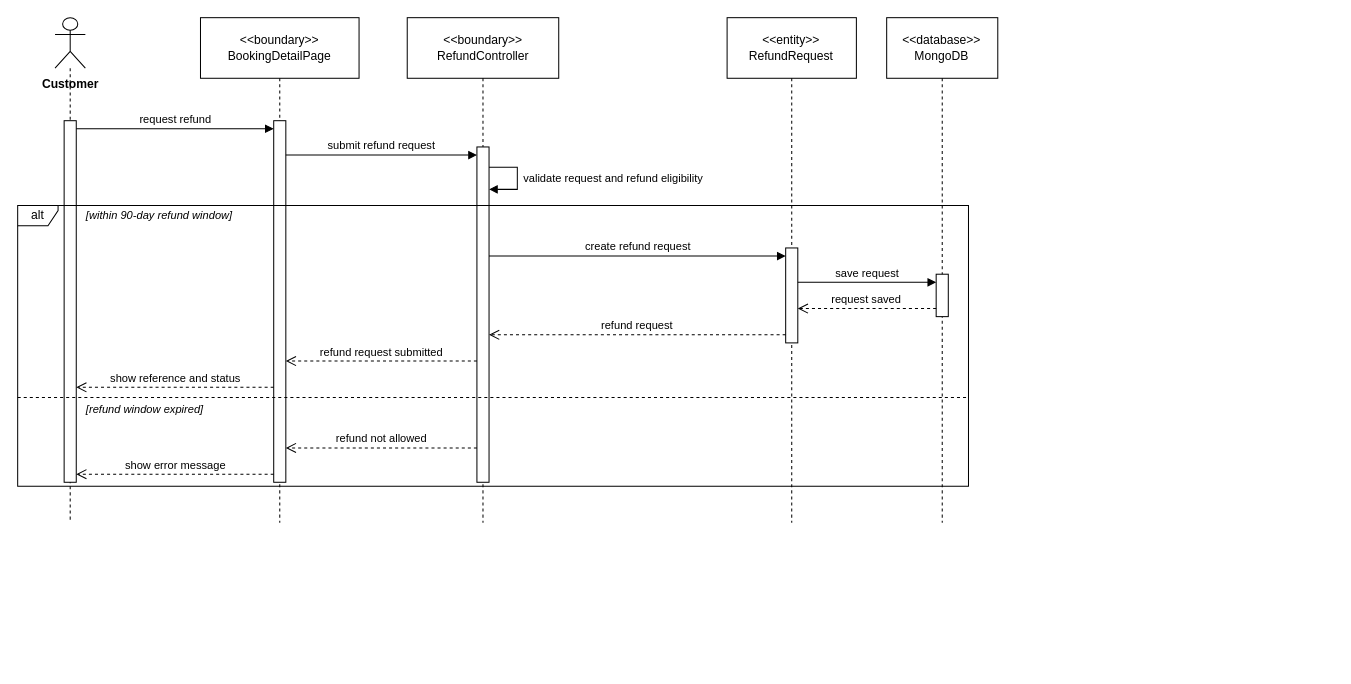
Earlier version of the draw.io diagram final/diagrams/M4_Billing-And-Payment_Diagrams/sequence_diagrams/SD-15_UC-C17_RequestRefund.drawio (toikobi401/SWD392). Source tidied: cells renumbered, new cells numbered last; positions are measured from the earlier drawing's top-left corner, leaving out a move shared by most shapes. Both pictures are drawn from the tidied source at 101%, with x=0, y=0 at pixel (17, 17).
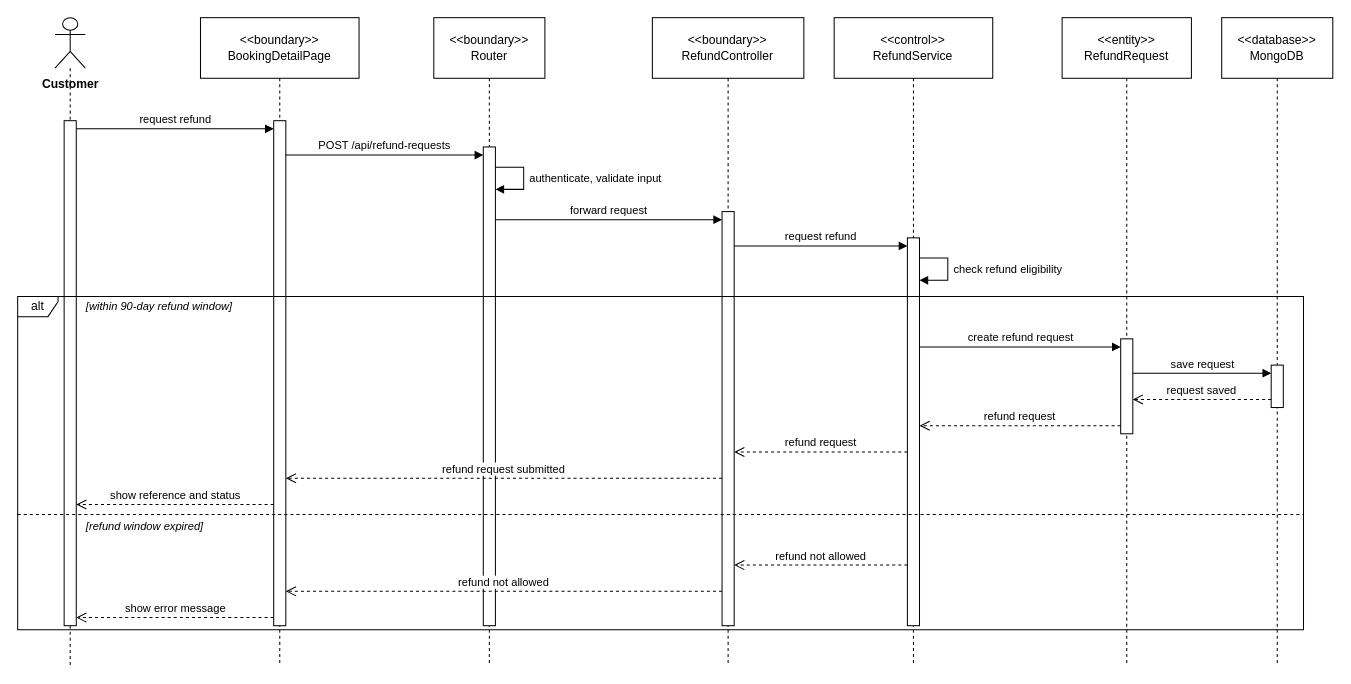
Above is the later version.

What changed in the source:
```diff
@@
     <mxCell id="2" value="Customer" style="shape=umlLifeline;participant=umlActor;perimeter=lifelinePerimeter;whiteSpace=nowrap;html=1;verticalAlign=top;spacingTop=52;size=50;fontStyle=1;" parent="1" vertex="1">
-      <mxGeometry x="37" width="30" height="500" as="geometry" />
+      <mxGeometry x="37" width="30" height="642" as="geometry" />
     </mxCell>
     <mxCell id="3" value="&amp;lt;&amp;lt;boundary&amp;gt;&amp;gt;&lt;br&gt;BookingDetailPage" style="shape=umlLifeline;perimeter=lifelinePerimeter;whiteSpace=wrap;html=1;size=60;" parent="1" vertex="1">
-      <mxGeometry x="181" width="157" height="500" as="geometry" />
+      <mxGeometry x="181" width="157" height="642" as="geometry" />
     </mxCell>
+    <mxCell id="27" value="&amp;lt;&amp;lt;boundary&amp;gt;&amp;gt;&lt;br&gt;Router" style="shape=umlLifeline;perimeter=lifelinePerimeter;whiteSpace=wrap;html=1;size=60;" parent="1" vertex="1">
+      <mxGeometry x="412" width="110" height="642" as="geometry" />
+    </mxCell>
     <mxCell id="4" value="&amp;lt;&amp;lt;boundary&amp;gt;&amp;gt;&lt;br&gt;RefundController" style="shape=umlLifeline;perimeter=lifelinePerimeter;whiteSpace=wrap;html=1;size=60;" parent="1" vertex="1">
-      <mxGeometry x="385.7" width="150" height="500" as="geometry" />
+      <mxGeometry x="628.4" width="150" height="642" as="geometry" />
     </mxCell>
+    <mxCell id="28" value="&amp;lt;&amp;lt;control&amp;gt;&amp;gt;&lt;br&gt;RefundService" style="shape=umlLifeline;perimeter=lifelinePerimeter;whiteSpace=wrap;html=1;size=60;" parent="1" vertex="1">
+      <mxGeometry x="808.4" width="157" height="642" as="geometry" />
+    </mxCell>
     <mxCell id="5" value="&amp;lt;&amp;lt;entity&amp;gt;&amp;gt;&lt;br&gt;RefundRequest" style="shape=umlLifeline;perimeter=lifelinePerimeter;whiteSpace=wrap;html=1;size=60;" parent="1" vertex="1">
-      <mxGeometry x="702.4" width="128" height="500" as="geometry" />
+      <mxGeometry x="1034.1" width="128" height="642" as="geometry" />
     </mxCell>
     <mxCell id="6" value="&amp;lt;&amp;lt;database&amp;gt;&amp;gt;&lt;br&gt;MongoDB" style="shape=umlLifeline;perimeter=lifelinePerimeter;whiteSpace=wrap;html=1;size=60;" parent="1" vertex="1">
-      <mxGeometry x="860.4" width="110" height="500" as="geometry" />
+      <mxGeometry x="1192.1" width="110" height="642" as="geometry" />
     </mxCell>
     <mxCell id="7" style="html=1;points=[];perimeter=orthogonalPerimeter;outlineConnect=0;targetShapes=umlLifeline;portConstraint=eastwest;" parent="6" vertex="1">
-      <mxGeometry x="49" y="254" width="12" height="42" as="geometry" />
+      <mxGeometry x="49" y="344" width="12" height="42" as="geometry" />
     </mxCell>
     <mxCell id="8" style="html=1;points=[];perimeter=orthogonalPerimeter;outlineConnect=0;targetShapes=umlLifeline;portConstraint=eastwest;" parent="5" vertex="1">
-      <mxGeometry x="58" y="228" width="12" height="94" as="geometry" />
+      <mxGeometry x="58" y="318" width="12" height="94" as="geometry" />
     </mxCell>
-    <mxCell id="9" style="html=1;points=[];perimeter=orthogonalPerimeter;outlineConnect=0;targetShapes=umlLifeline;portConstraint=eastwest;" parent="4" vertex="1">
-      <mxGeometry x="69" y="128" width="12" height="332" as="geometry" />
-    </mxCell>
-    <mxCell id="10" style="html=1;points=[];perimeter=orthogonalPerimeter;outlineConnect=0;targetShapes=umlLifeline;portConstraint=eastwest;" parent="3" vertex="1">
-      <mxGeometry x="72.5" y="102" width="12" height="358" as="geometry" />
-    </mxCell>
-    <mxCell id="11" style="html=1;points=[];perimeter=orthogonalPerimeter;outlineConnect=0;targetShapes=umlLifeline;portConstraint=eastwest;" parent="2" vertex="1">
-      <mxGeometry x="9" y="102" width="12" height="358" as="geometry" />
-    </mxCell>
+    <mxCell id="29" style="html=1;points=[];perimeter=orthogonalPerimeter;outlineConnect=0;targetShapes=umlLifeline;portConstraint=eastwest;" parent="28" vertex="1">
+      <mxGeometry x="72.5" y="218" width="12" height="384" as="geometry" />
+    </mxCell>
+    <mxCell id="30" style="html=1;points=[];perimeter=orthogonalPerimeter;outlineConnect=0;targetShapes=umlLifeline;portConstraint=eastwest;" parent="4" vertex="1">
+      <mxGeometry x="69" y="192" width="12" height="410" as="geometry" />
+    </mxCell>
+    <mxCell id="31" style="html=1;points=[];perimeter=orthogonalPerimeter;outlineConnect=0;targetShapes=umlLifeline;portConstraint=eastwest;" parent="27" vertex="1">
+      <mxGeometry x="49" y="128" width="12" height="474" as="geometry" />
+    </mxCell>
+    <mxCell id="32" style="html=1;points=[];perimeter=orthogonalPerimeter;outlineConnect=0;targetShapes=umlLifeline;portConstraint=eastwest;" parent="3" vertex="1">
+      <mxGeometry x="72.5" y="102" width="12" height="500" as="geometry" />
+    </mxCell>
+    <mxCell id="33" style="html=1;points=[];perimeter=orthogonalPerimeter;outlineConnect=0;targetShapes=umlLifeline;portConstraint=eastwest;" parent="2" vertex="1">
+      <mxGeometry x="9" y="102" width="12" height="500" as="geometry" />
+    </mxCell>
     <mxCell id="12" value="alt" style="shape=umlFrame;whiteSpace=wrap;html=1;width=40;height=20;" parent="1" vertex="1">
-      <mxGeometry y="186" width="941.4" height="278" as="geometry" />
+      <mxGeometry y="276" width="1273.1" height="330" as="geometry" />
     </mxCell>
     <mxCell id="13" style="endArrow=none;dashed=1;html=1;rounded=0;" parent="1" edge="1">
       <mxGeometry relative="1" as="geometry">
-        <mxPoint y="376" as="sourcePoint" />
-        <mxPoint x="941.4" y="376" as="targetPoint" />
+        <mxPoint y="492" as="sourcePoint" />
+        <mxPoint x="1273.1" y="492" as="targetPoint" />
       </mxGeometry>
     </mxCell>
     <mxCell id="14" value="[within 90-day refund window]" style="text;html=1;align=left;verticalAlign=middle;whiteSpace=nowrap;fontSize=11;fontStyle=2;labelBackgroundColor=#ffffff;" parent="1" vertex="1">
-      <mxGeometry x="66" y="186" width="182.1" height="20" as="geometry" />
+      <mxGeometry x="66" y="276" width="182.1" height="20" as="geometry" />
     </mxCell>
     <mxCell id="15" value="[refund window expired]" style="text;html=1;align=left;verticalAlign=middle;whiteSpace=nowrap;fontSize=11;fontStyle=2;labelBackgroundColor=#ffffff;" parent="1" vertex="1">
-      <mxGeometry x="66" y="378" width="144.3" height="20" as="geometry" />
+      <mxGeometry x="66" y="494" width="144.3" height="20" as="geometry" />
     </mxCell>
-    <mxCell id="16" value="request refund" style="html=1;verticalAlign=bottom;rounded=0;fontSize=11;endArrow=block;endFill=1;exitX=1;exitY=0.0223;exitDx=0;exitDy=0;exitPerimeter=0;entryX=0;entryY=0.0223;entryDx=0;entryDy=0;entryPerimeter=0;" parent="1" edge="1" source="11" target="10">
+    <mxCell id="16" value="request refund" style="html=1;verticalAlign=bottom;rounded=0;fontSize=11;endArrow=block;endFill=1;exitX=1;exitY=0.016;exitDx=0;exitDy=0;exitPerimeter=0;entryX=0;entryY=0.016;entryDx=0;entryDy=0;entryPerimeter=0;" parent="1" edge="1" source="33" target="32">
       <mxGeometry relative="1" as="geometry" />
     </mxCell>
-    <mxCell id="17" value="submit refund request" style="html=1;verticalAlign=bottom;rounded=0;fontSize=11;endArrow=block;endFill=1;exitX=1;exitY=0.095;exitDx=0;exitDy=0;exitPerimeter=0;entryX=0;entryY=0.0241;entryDx=0;entryDy=0;entryPerimeter=0;" parent="1" edge="1" source="10" target="9">
+    <mxCell id="17" value="POST /api/refund-requests" style="html=1;verticalAlign=bottom;rounded=0;fontSize=11;endArrow=block;endFill=1;exitX=1;exitY=0.068;exitDx=0;exitDy=0;exitPerimeter=0;entryX=0;entryY=0.0169;entryDx=0;entryDy=0;entryPerimeter=0;" parent="1" edge="1" source="32" target="31">
       <mxGeometry relative="1" as="geometry" />
     </mxCell>
-    <mxCell id="18" value="validate request and refund eligibility" style="html=1;align=left;spacingLeft=4;verticalAlign=middle;endArrow=block;endFill=1;rounded=0;fontSize=11;exitX=1;exitY=0.0602;exitDx=0;exitDy=0;exitPerimeter=0;entryX=1;entryY=0.1265;entryDx=0;entryDy=0;entryPerimeter=0;" parent="1" edge="1" source="9" target="9">
+    <mxCell id="18" value="authenticate, validate input" style="html=1;align=left;spacingLeft=4;verticalAlign=middle;endArrow=block;endFill=1;rounded=0;fontSize=11;exitX=1;exitY=0.0422;exitDx=0;exitDy=0;exitPerimeter=0;entryX=1;entryY=0.0886;entryDx=0;entryDy=0;entryPerimeter=0;" parent="1" edge="1" source="31" target="31">
       <mxGeometry relative="1" as="geometry">
         <Array as="points">
-          <mxPoint x="494.7" y="148" />
-          <mxPoint x="494.7" y="170" />
+          <mxPoint x="501" y="148" />
+          <mxPoint x="501" y="170" />
         </Array>
       </mxGeometry>
     </mxCell>
-    <mxCell id="19" value="create refund request" style="html=1;verticalAlign=bottom;rounded=0;fontSize=11;endArrow=block;endFill=1;exitX=1;exitY=0.3253;exitDx=0;exitDy=0;exitPerimeter=0;entryX=0;entryY=0.0851;entryDx=0;entryDy=0;entryPerimeter=0;" parent="1" edge="1" source="9" target="8">
+    <mxCell id="19" value="forward request" style="html=1;verticalAlign=bottom;rounded=0;fontSize=11;endArrow=block;endFill=1;exitX=1;exitY=0.1519;exitDx=0;exitDy=0;exitPerimeter=0;entryX=0;entryY=0.0195;entryDx=0;entryDy=0;entryPerimeter=0;" parent="1" edge="1" source="31" target="30">
       <mxGeometry relative="1" as="geometry" />
     </mxCell>
-    <mxCell id="20" value="save request" style="html=1;verticalAlign=bottom;rounded=0;fontSize=11;endArrow=block;endFill=1;exitX=1;exitY=0.3617;exitDx=0;exitDy=0;exitPerimeter=0;entryX=0;entryY=0.1905;entryDx=0;entryDy=0;entryPerimeter=0;" parent="1" edge="1" source="8" target="7">
+    <mxCell id="20" value="request refund" style="html=1;verticalAlign=bottom;rounded=0;fontSize=11;endArrow=block;endFill=1;exitX=1;exitY=0.0829;exitDx=0;exitDy=0;exitPerimeter=0;entryX=0;entryY=0.0208;entryDx=0;entryDy=0;entryPerimeter=0;" parent="1" edge="1" source="30" target="29">
       <mxGeometry relative="1" as="geometry" />
     </mxCell>
-    <mxCell id="21" value="request saved" style="html=1;verticalAlign=bottom;rounded=0;fontSize=11;dashed=1;endArrow=open;endSize=8;exitX=0;exitY=0.8095;exitDx=0;exitDy=0;exitPerimeter=0;entryX=1;entryY=0.6383;entryDx=0;entryDy=0;entryPerimeter=0;" parent="1" edge="1" source="7" target="8">
-      <mxGeometry relative="1" as="geometry" />
+    <mxCell id="21" value="check refund eligibility" style="html=1;align=left;spacingLeft=4;verticalAlign=middle;endArrow=block;endFill=1;rounded=0;fontSize=11;exitX=1;exitY=0.0521;exitDx=0;exitDy=0;exitPerimeter=0;entryX=1;entryY=0.1094;entryDx=0;entryDy=0;entryPerimeter=0;" parent="1" edge="1" source="29" target="29">
+      <mxGeometry relative="1" as="geometry">
+        <Array as="points">
+          <mxPoint x="920.9" y="238" />
+          <mxPoint x="920.9" y="260" />
+        </Array>
+      </mxGeometry>
     </mxCell>
-    <mxCell id="22" value="refund request" style="html=1;verticalAlign=bottom;rounded=0;fontSize=11;dashed=1;endArrow=open;endSize=8;exitX=0;exitY=0.9149;exitDx=0;exitDy=0;exitPerimeter=0;entryX=1;entryY=0.5602;entryDx=0;entryDy=0;entryPerimeter=0;" parent="1" edge="1" source="8" target="9">
+    <mxCell id="22" value="create refund request" style="html=1;verticalAlign=bottom;rounded=0;fontSize=11;endArrow=block;endFill=1;exitX=1;exitY=0.2813;exitDx=0;exitDy=0;exitPerimeter=0;entryX=0;entryY=0.0851;entryDx=0;entryDy=0;entryPerimeter=0;" parent="1" edge="1" source="29" target="8">
       <mxGeometry relative="1" as="geometry" />
     </mxCell>
-    <mxCell id="23" value="refund request submitted" style="html=1;verticalAlign=bottom;rounded=0;fontSize=11;dashed=1;endArrow=open;endSize=8;exitX=0;exitY=0.6386;exitDx=0;exitDy=0;exitPerimeter=0;entryX=1;entryY=0.6648;entryDx=0;entryDy=0;entryPerimeter=0;" parent="1" edge="1" source="9" target="10">
+    <mxCell id="23" value="save request" style="html=1;verticalAlign=bottom;rounded=0;fontSize=11;endArrow=block;endFill=1;exitX=1;exitY=0.3617;exitDx=0;exitDy=0;exitPerimeter=0;entryX=0;entryY=0.1905;entryDx=0;entryDy=0;entryPerimeter=0;" parent="1" edge="1" source="8" target="7">
       <mxGeometry relative="1" as="geometry" />
     </mxCell>
-    <mxCell id="24" value="show reference and status" style="html=1;verticalAlign=bottom;rounded=0;fontSize=11;dashed=1;endArrow=open;endSize=8;exitX=0;exitY=0.7374;exitDx=0;exitDy=0;exitPerimeter=0;entryX=1;entryY=0.7374;entryDx=0;entryDy=0;entryPerimeter=0;" parent="1" edge="1" source="10" target="11">
+    <mxCell id="24" value="request saved" style="html=1;verticalAlign=bottom;rounded=0;fontSize=11;dashed=1;endArrow=open;endSize=8;exitX=0;exitY=0.8095;exitDx=0;exitDy=0;exitPerimeter=0;entryX=1;entryY=0.6383;entryDx=0;entryDy=0;entryPerimeter=0;" parent="1" edge="1" source="7" target="8">
       <mxGeometry relative="1" as="geometry" />
     </mxCell>
-    <mxCell id="25" value="refund not allowed" style="html=1;verticalAlign=bottom;rounded=0;fontSize=11;dashed=1;endArrow=open;endSize=8;exitX=0;exitY=0.8976;exitDx=0;exitDy=0;exitPerimeter=0;entryX=1;entryY=0.905;entryDx=0;entryDy=0;entryPerimeter=0;" parent="1" edge="1" source="9" target="10">
+    <mxCell id="25" value="refund request" style="html=1;verticalAlign=bottom;rounded=0;fontSize=11;dashed=1;endArrow=open;endSize=8;exitX=0;exitY=0.9149;exitDx=0;exitDy=0;exitPerimeter=0;entryX=1;entryY=0.4844;entryDx=0;entryDy=0;entryPerimeter=0;" parent="1" edge="1" source="8" target="29">
       <mxGeometry relative="1" as="geometry" />
     </mxCell>
-    <mxCell id="26" value="show error message" style="html=1;verticalAlign=bottom;rounded=0;fontSize=11;dashed=1;endArrow=open;endSize=8;exitX=0;exitY=0.9777;exitDx=0;exitDy=0;exitPerimeter=0;entryX=1;entryY=0.9777;entryDx=0;entryDy=0;entryPerimeter=0;" parent="1" edge="1" source="10" target="11">
+    <mxCell id="26" value="refund request" style="html=1;verticalAlign=bottom;rounded=0;fontSize=11;dashed=1;endArrow=open;endSize=8;exitX=0;exitY=0.5521;exitDx=0;exitDy=0;exitPerimeter=0;entryX=1;entryY=0.5805;entryDx=0;entryDy=0;entryPerimeter=0;" parent="1" edge="1" source="29" target="30">
       <mxGeometry relative="1" as="geometry" />
     </mxCell>
+    <mxCell id="34" value="refund request submitted" style="html=1;verticalAlign=bottom;rounded=0;fontSize=11;dashed=1;endArrow=open;endSize=8;exitX=0;exitY=0.6439;exitDx=0;exitDy=0;exitPerimeter=0;entryX=1;entryY=0.708;entryDx=0;entryDy=0;entryPerimeter=0;" parent="1" edge="1" source="30" target="32">
+      <mxGeometry relative="1" as="geometry" />
+    </mxCell>
+    <mxCell id="35" value="show reference and status" style="html=1;verticalAlign=bottom;rounded=0;fontSize=11;dashed=1;endArrow=open;endSize=8;exitX=0;exitY=0.76;exitDx=0;exitDy=0;exitPerimeter=0;entryX=1;entryY=0.76;entryDx=0;entryDy=0;entryPerimeter=0;" parent="1" edge="1" source="32" target="33">
+      <mxGeometry relative="1" as="geometry" />
+    </mxCell>
+    <mxCell id="36" value="refund not allowed" style="html=1;verticalAlign=bottom;rounded=0;fontSize=11;dashed=1;endArrow=open;endSize=8;exitX=0;exitY=0.8438;exitDx=0;exitDy=0;exitPerimeter=0;entryX=1;entryY=0.8537;entryDx=0;entryDy=0;entryPerimeter=0;" parent="1" edge="1" source="29" target="30">
+      <mxGeometry relative="1" as="geometry" />
+    </mxCell>
+    <mxCell id="37" value="refund not allowed" style="html=1;verticalAlign=bottom;rounded=0;fontSize=11;dashed=1;endArrow=open;endSize=8;exitX=0;exitY=0.9171;exitDx=0;exitDy=0;exitPerimeter=0;entryX=1;entryY=0.932;entryDx=0;entryDy=0;entryPerimeter=0;" parent="1" edge="1" source="30" target="32">
+      <mxGeometry relative="1" as="geometry" />
+    </mxCell>
+    <mxCell id="38" value="show error message" style="html=1;verticalAlign=bottom;rounded=0;fontSize=11;dashed=1;endArrow=open;endSize=8;exitX=0;exitY=0.984;exitDx=0;exitDy=0;exitPerimeter=0;entryX=1;entryY=0.984;entryDx=0;entryDy=0;entryPerimeter=0;" parent="1" edge="1" source="32" target="33">
+      <mxGeometry relative="1" as="geometry" />
+    </mxCell>
```
